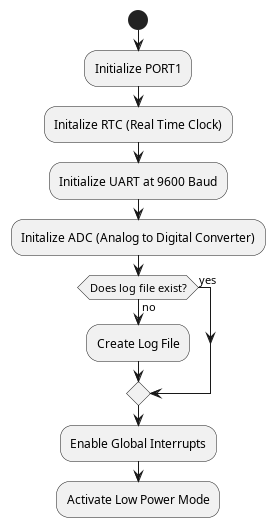
Before: Final Project Report/Modular Design/Main-Unit/Figures/main-unit-main-function.png, a diagram exported from PlantUML (fabiomatos999/ICOM-4217-Project). The source it was exported from:
```plantuml
@startuml
start
:Initialize PORT1;
:Initalize RTC (Real Time Clock);
:Initialize UART at 9600 Baud;
:Initalize ADC (Analog to Digital Converter);
if (Does log file exist?) then (no)
   :Create Log File;
else (yes)
endif
:Enable Global Interrupts;
:Activate Low Power Mode;
@enduml
```
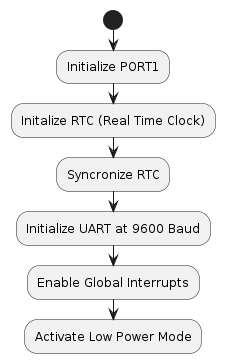
The same file after the commit.

Commit message:
Fixing main unit flowcharts

Diff of the diagram source:
```diff
@@ -2,12 +2,8 @@
 start
 :Initialize PORT1;
 :Initalize RTC (Real Time Clock);
+:Syncronize RTC;
 :Initialize UART at 9600 Baud;
-:Initalize ADC (Analog to Digital Converter);
-if (Does log file exist?) then (no)
-   :Create Log File;
-else (yes)
-endif
 :Enable Global Interrupts;
 :Activate Low Power Mode;
 @enduml
```
